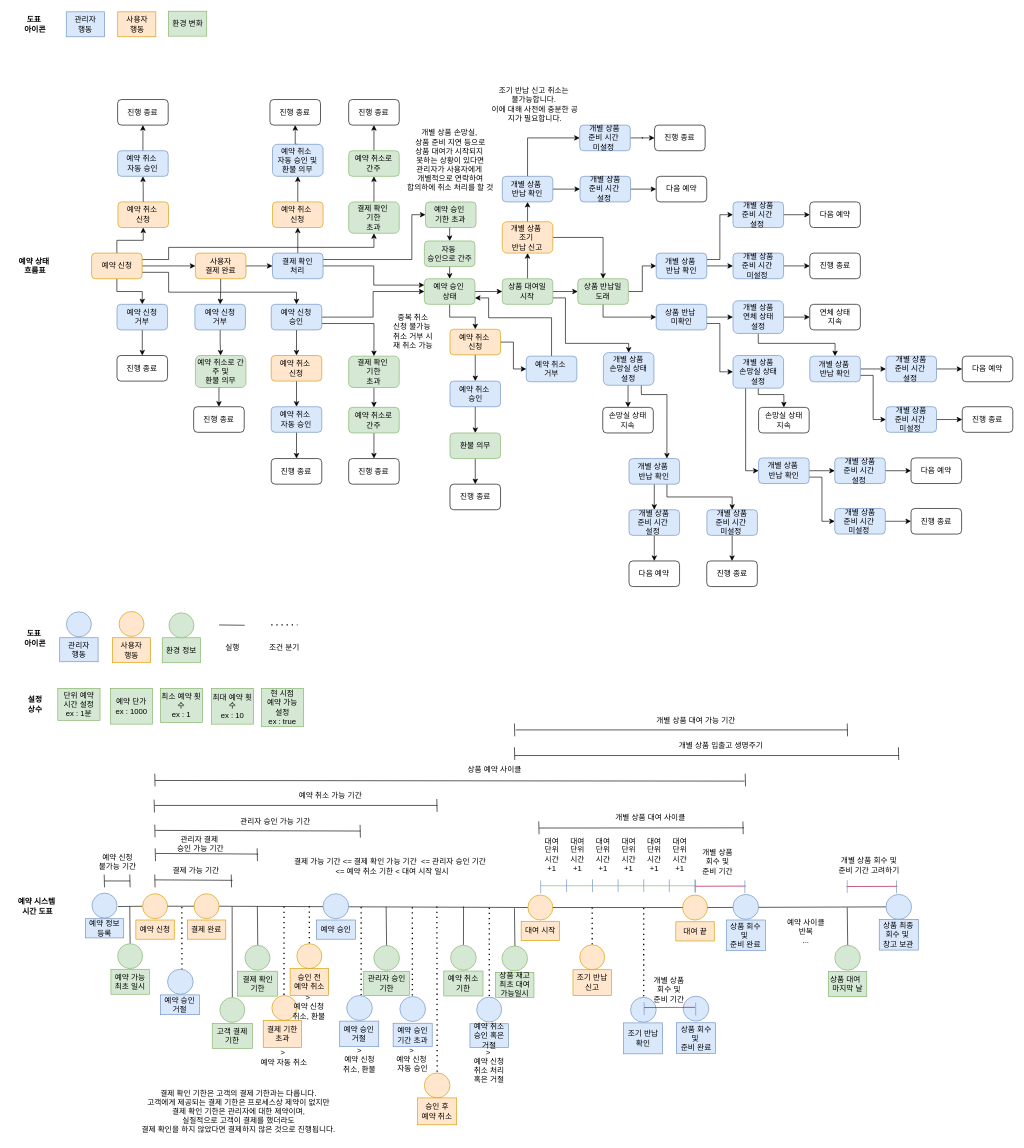
The draw.io diagram module-service-rental-reservation/external_files/logic/Reservation.drawio in RaillyLinker/Kotlin_SpringbootMvc_Template, before the edit. Source tidied: cells renumbered, new cells numbered last; positions are measured from the earlier drawing's top-left corner, leaving out a move shared by most shapes. Both pictures are drawn from the tidied source at 64%, with x=0, y=0 at pixel (11, 11).
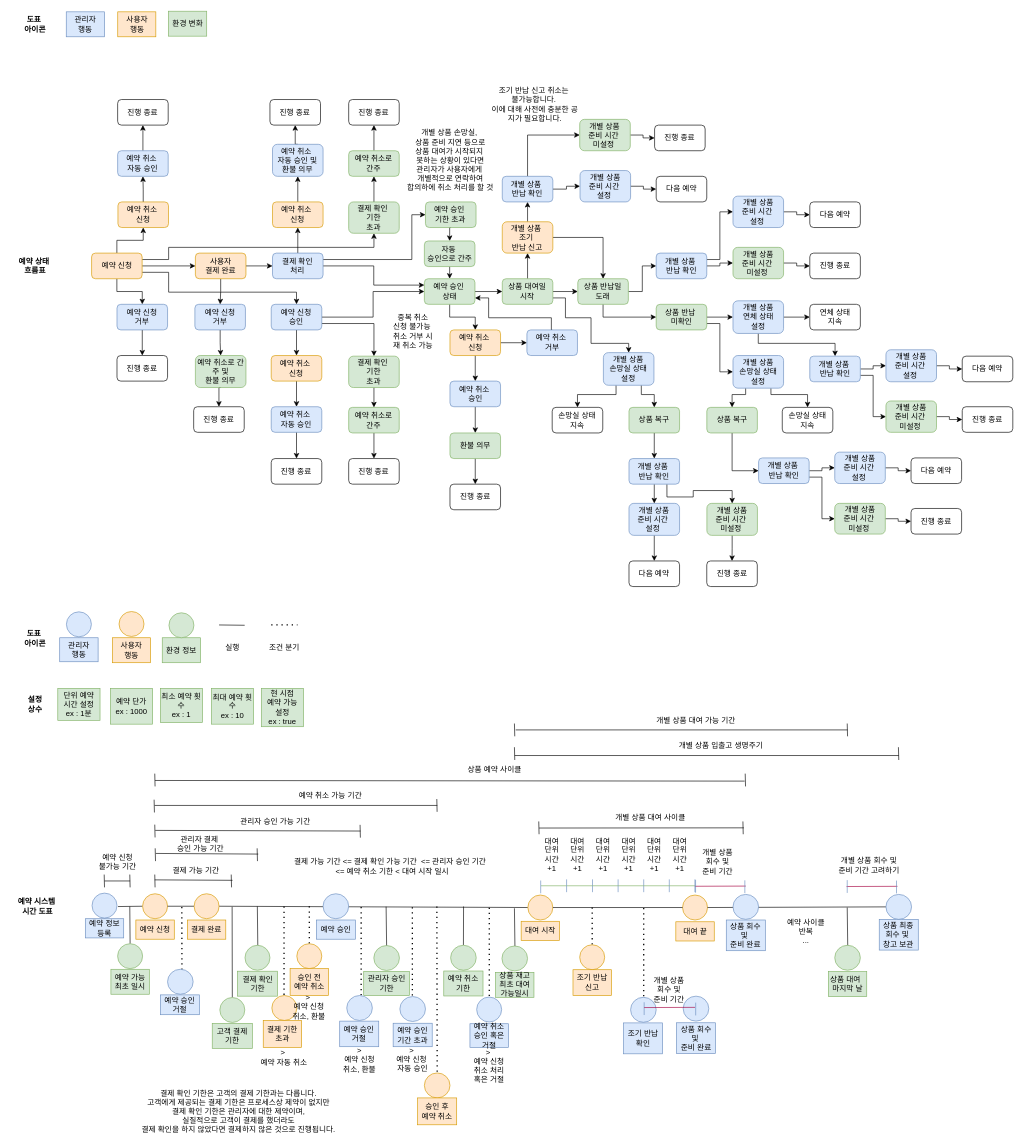
The same diagram, later.

Unchanged cells that the change refers to:
```xml
<mxCell id="166" value="상품 대여일&lt;div&gt;시작&lt;/div&gt;" style="rounded=1;whiteSpace=wrap;html=1;fillColor=#d5e8d4;strokeColor=#82b366;" parent="1" vertex="1">
  <mxGeometry x="767.3" y="418" width="79" height="40" as="geometry" />
</mxCell>
<mxCell id="283" value="개별 상품&lt;div&gt;손망실 상태&lt;/div&gt;&lt;div&gt;설정&lt;/div&gt;" style="rounded=1;whiteSpace=wrap;html=1;fillColor=#dae8fc;strokeColor=#6c8ebf;" parent="1" vertex="1">
  <mxGeometry x="925.3" y="533.5" width="79" height="51" as="geometry" />
</mxCell>
<mxCell id="297" value="개별 상품&amp;nbsp;&lt;div&gt;반납&amp;nbsp;&lt;span style=&quot;background-color: transparent; color: light-dark(rgb(0, 0, 0), rgb(255, 255, 255));&quot;&gt;확인&lt;/span&gt;&lt;/div&gt;" style="rounded=1;whiteSpace=wrap;html=1;fillColor=#dae8fc;strokeColor=#6c8ebf;" parent="1" vertex="1">
  <mxGeometry x="965.3" y="699" width="79" height="40" as="geometry" />
</mxCell>
<mxCell id="300" value="개별 상품&lt;div&gt;손망실 상태&lt;/div&gt;&lt;div&gt;설정&lt;/div&gt;" style="rounded=1;whiteSpace=wrap;html=1;fillColor=#dae8fc;strokeColor=#6c8ebf;" parent="1" vertex="1">
  <mxGeometry x="1127.8" y="538" width="79" height="51" as="geometry" />
</mxCell>
<mxCell id="304" value="개별 상품&amp;nbsp;&lt;div&gt;반납&amp;nbsp;&lt;span style=&quot;background-color: transparent; color: light-dark(rgb(0, 0, 0), rgb(255, 255, 255));&quot;&gt;확인&lt;/span&gt;&lt;/div&gt;" style="rounded=1;whiteSpace=wrap;html=1;fillColor=#dae8fc;strokeColor=#6c8ebf;" parent="1" vertex="1">
  <mxGeometry x="1167.8" y="698" width="79" height="40" as="geometry" />
</mxCell>
```

The edit, as a diff of the source:
```diff
@@
     <mxCell id="162" value="예약 취소&amp;nbsp;&lt;div&gt;거부&lt;/div&gt;" style="rounded=1;whiteSpace=wrap;html=1;fillColor=#dae8fc;strokeColor=#6c8ebf;" parent="1" vertex="1">
-      <mxGeometry x="804.8" y="539" width="79" height="40" as="geometry" />
+      <mxGeometry x="805.8" y="498" width="79" height="40" as="geometry" />
     </mxCell>
@@
     <mxCell id="165" style="edgeStyle=orthogonalEdgeStyle;rounded=0;jettySize=auto;html=1;exitX=1;exitY=0.75;exitDx=0;exitDy=0;entryX=0.5;entryY=0;entryDx=0;entryDy=0;" parent="1" edge="1" source="166" target="283">
       <mxGeometry relative="1" as="geometry">
         <Array as="points">
           <mxPoint x="866" y="448" />
-          <mxPoint x="866" y="519" />
+          <mxPoint x="866" y="479" />
+          <mxPoint x="906" y="479" />
+          <mxPoint x="906" y="519" />
           <mxPoint x="965" y="519" />
         </Array>
       </mxGeometry>
     </mxCell>
@@
     <mxCell id="198" value="&lt;div&gt;&lt;span style=&quot;background-color: initial;&quot;&gt;예약 취소&amp;nbsp;&lt;/span&gt;&lt;/div&gt;&lt;div&gt;신청&lt;/div&gt;" style="rounded=1;whiteSpace=wrap;html=1;fillColor=#ffe6cc;strokeColor=#d79b00;" parent="1" vertex="1">
-      <mxGeometry x="685.6" y="497" width="79" height="40" as="geometry" />
+      <mxGeometry x="685.6" y="498" width="79" height="40" as="geometry" />
     </mxCell>
@@
     <mxCell id="254" value="개별 상품&lt;div&gt;준비 시간&amp;nbsp;&lt;/div&gt;&lt;div&gt;설정&amp;nbsp;&lt;/div&gt;" style="rounded=1;whiteSpace=wrap;html=1;fillColor=#dae8fc;strokeColor=#6c8ebf;" parent="1" vertex="1">
-      <mxGeometry x="888.8" y="258" width="79" height="40" as="geometry" />
+      <mxGeometry x="888.8" y="249" width="79" height="49" as="geometry" />
     </mxCell>
@@
-    <mxCell id="258" value="상품 &lt;span style=&quot;background-color: transparent; color: light-dark(rgb(0, 0, 0), rgb(255, 255, 255));&quot;&gt;반납&amp;nbsp;&lt;/span&gt;&lt;div&gt;&lt;span style=&quot;background-color: transparent; color: light-dark(rgb(0, 0, 0), rgb(255, 255, 255));&quot;&gt;미확인&lt;/span&gt;&lt;/div&gt;" style="rounded=1;whiteSpace=wrap;html=1;fillColor=light-dark(#dae8fc, #1f2f1e);strokeColor=light-dark(#6c8ebf, #375927);" parent="1" vertex="1">
+    <mxCell id="258" value="상품 &lt;span style=&quot;background-color: transparent; color: light-dark(rgb(0, 0, 0), rgb(255, 255, 255));&quot;&gt;반납&amp;nbsp;&lt;/span&gt;&lt;div&gt;&lt;span style=&quot;background-color: transparent; color: light-dark(rgb(0, 0, 0), rgb(255, 255, 255));&quot;&gt;미확인&lt;/span&gt;&lt;/div&gt;" style="rounded=1;whiteSpace=wrap;html=1;fillColor=#d5e8d4;strokeColor=#82b366;" parent="1" vertex="1">
       <mxGeometry x="1007.8" y="458" width="79" height="40" as="geometry" />
     </mxCell>
@@
     <mxCell id="260" value="개별 상품&lt;div&gt;준비 시간&amp;nbsp;&lt;/div&gt;&lt;div&gt;설정&amp;nbsp;&lt;/div&gt;" style="rounded=1;whiteSpace=wrap;html=1;fillColor=#dae8fc;strokeColor=#6c8ebf;" parent="1" vertex="1">
-      <mxGeometry x="1127.8" y="298" width="79" height="40" as="geometry" />
+      <mxGeometry x="1127.8" y="289" width="79" height="49" as="geometry" />
     </mxCell>
@@
     <mxCell id="269" value="개별 상품&lt;div&gt;준비 시간&amp;nbsp;&lt;/div&gt;&lt;div&gt;설정&amp;nbsp;&lt;/div&gt;" style="rounded=1;whiteSpace=wrap;html=1;fillColor=#dae8fc;strokeColor=#6c8ebf;" parent="1" vertex="1">
-      <mxGeometry x="1366.8" y="539" width="79" height="40" as="geometry" />
+      <mxGeometry x="1366.8" y="529" width="79" height="50" as="geometry" />
     </mxCell>
@@
-    <mxCell id="273" value="개별 상품&lt;div&gt;준비 시간&amp;nbsp;&lt;/div&gt;&lt;div&gt;미설정&amp;nbsp;&lt;/div&gt;" style="rounded=1;whiteSpace=wrap;html=1;fillColor=#dae8fc;strokeColor=#6c8ebf;" parent="1" vertex="1">
-      <mxGeometry x="888.3" y="178" width="79" height="40" as="geometry" />
+    <mxCell id="273" value="개별 상품&lt;div&gt;준비 시간&amp;nbsp;&lt;/div&gt;&lt;div&gt;미설정&amp;nbsp;&lt;/div&gt;" style="rounded=1;whiteSpace=wrap;html=1;fillColor=#d5e8d4;strokeColor=#82b366;" parent="1" vertex="1">
+      <mxGeometry x="888.3" y="169" width="79" height="49" as="geometry" />
     </mxCell>
@@
-    <mxCell id="276" value="개별 상품&lt;div&gt;준비 시간&amp;nbsp;&lt;/div&gt;&lt;div&gt;미설정&amp;nbsp;&lt;/div&gt;" style="rounded=1;whiteSpace=wrap;html=1;fillColor=#dae8fc;strokeColor=#6c8ebf;" parent="1" vertex="1">
-      <mxGeometry x="1127.8" y="378" width="79" height="40" as="geometry" />
+    <mxCell id="276" value="개별 상품&lt;div&gt;준비 시간&amp;nbsp;&lt;/div&gt;&lt;div&gt;미설정&amp;nbsp;&lt;/div&gt;" style="rounded=1;whiteSpace=wrap;html=1;fillColor=#d5e8d4;strokeColor=#82b366;" parent="1" vertex="1">
+      <mxGeometry x="1127.8" y="369" width="79" height="49" as="geometry" />
     </mxCell>
@@
-    <mxCell id="279" value="개별 상품&lt;div&gt;준비 시간&amp;nbsp;&lt;/div&gt;&lt;div&gt;미설정&amp;nbsp;&lt;/div&gt;" style="rounded=1;whiteSpace=wrap;html=1;fillColor=#dae8fc;strokeColor=#6c8ebf;" parent="1" vertex="1">
-      <mxGeometry x="1366.8" y="618" width="79" height="40" as="geometry" />
+    <mxCell id="279" value="개별 상품&lt;div&gt;준비 시간&amp;nbsp;&lt;/div&gt;&lt;div&gt;미설정&amp;nbsp;&lt;/div&gt;" style="rounded=1;whiteSpace=wrap;html=1;fillColor=#d5e8d4;strokeColor=#82b366;" parent="1" vertex="1">
+      <mxGeometry x="1366.8" y="609" width="79" height="49" as="geometry" />
     </mxCell>
@@
-    <mxCell id="281" style="edgeStyle=orthogonalEdgeStyle;rounded=0;jettySize=auto;html=1;exitX=0.5;exitY=1;exitDx=0;exitDy=0;entryX=0.5;entryY=0;entryDx=0;entryDy=0;" parent="1" edge="1" source="283" target="285">
-      <mxGeometry relative="1" as="geometry" />
+    <mxCell id="281" style="edgeStyle=orthogonalEdgeStyle;rounded=0;jettySize=auto;html=1;exitX=0.25;exitY=1;exitDx=0;exitDy=0;entryX=0.5;entryY=0;entryDx=0;entryDy=0;" parent="1" edge="1" source="283" target="285">
+      <mxGeometry relative="1" as="geometry">
+        <Array as="points">
+          <mxPoint x="945" y="599" />
+          <mxPoint x="885" y="599" />
+        </Array>
+      </mxGeometry>
     </mxCell>
-    <mxCell id="282" style="edgeStyle=orthogonalEdgeStyle;rounded=0;jettySize=auto;html=1;exitX=0.75;exitY=1;exitDx=0;exitDy=0;entryX=0.75;entryY=0;entryDx=0;entryDy=0;" parent="1" edge="1" source="283" target="297">
-      <mxGeometry relative="1" as="geometry">
-        <Array as="points">
-          <mxPoint x="985" y="599" />
-          <mxPoint x="1025" y="599" />
-        </Array>
-      </mxGeometry>
-    </mxCell>
+    <mxCell id="311" style="edgeStyle=orthogonalEdgeStyle;rounded=0;jettySize=auto;html=1;exitX=0.75;exitY=1;exitDx=0;exitDy=0;entryX=0.5;entryY=0;entryDx=0;entryDy=0;" parent="1" edge="1" source="283" target="314">
+      <mxGeometry relative="1" as="geometry">
+        <Array as="points">
+          <mxPoint x="985" y="599" />
+          <mxPoint x="1005" y="599" />
+        </Array>
+      </mxGeometry>
+    </mxCell>
@@
     <mxCell id="285" value="손망실 상태&lt;div&gt;지속&lt;/div&gt;" style="rounded=1;whiteSpace=wrap;html=1;" parent="1" vertex="1">
-      <mxGeometry x="924.3" y="619" width="79" height="40" as="geometry" />
+      <mxGeometry x="845.3" y="619" width="79" height="40" as="geometry" />
     </mxCell>
@@
     <mxCell id="287" value="개별 상품&lt;div&gt;준비 시간&amp;nbsp;&lt;/div&gt;&lt;div&gt;설정&amp;nbsp;&lt;/div&gt;" style="rounded=1;whiteSpace=wrap;html=1;fillColor=#dae8fc;strokeColor=#6c8ebf;" parent="1" vertex="1">
-      <mxGeometry x="965.3" y="779" width="79" height="40" as="geometry" />
+      <mxGeometry x="965.3" y="769" width="79" height="50" as="geometry" />
     </mxCell>
@@
-    <mxCell id="289" value="개별 상품&lt;div&gt;준비 시간&amp;nbsp;&lt;/div&gt;&lt;div&gt;미설정&amp;nbsp;&lt;/div&gt;" style="rounded=1;whiteSpace=wrap;html=1;fillColor=#dae8fc;strokeColor=#6c8ebf;" parent="1" vertex="1">
-      <mxGeometry x="1087" y="779" width="79" height="40" as="geometry" />
+    <mxCell id="289" value="개별 상품&lt;div&gt;준비 시간&amp;nbsp;&lt;/div&gt;&lt;div&gt;미설정&amp;nbsp;&lt;/div&gt;" style="rounded=1;whiteSpace=wrap;html=1;fillColor=#d5e8d4;strokeColor=#82b366;" parent="1" vertex="1">
+      <mxGeometry x="1087" y="769" width="79" height="50" as="geometry" />
     </mxCell>
@@
+    <mxCell id="312" style="edgeStyle=orthogonalEdgeStyle;rounded=0;jettySize=auto;html=1;exitX=0.25;exitY=1;exitDx=0;exitDy=0;entryX=0.5;entryY=0;entryDx=0;entryDy=0;" parent="1" edge="1" source="300" target="316">
+      <mxGeometry relative="1" as="geometry">
+        <Array as="points">
+          <mxPoint x="1148" y="599" />
+          <mxPoint x="1127" y="599" />
+        </Array>
+      </mxGeometry>
+    </mxCell>
-    <mxCell id="298" style="edgeStyle=orthogonalEdgeStyle;rounded=0;jettySize=auto;html=1;exitX=0.5;exitY=1;exitDx=0;exitDy=0;entryX=0.5;entryY=0;entryDx=0;entryDy=0;" parent="1" edge="1" source="300" target="301">
+    <mxCell id="298" style="edgeStyle=orthogonalEdgeStyle;rounded=0;jettySize=auto;html=1;exitX=0.75;exitY=1;exitDx=0;exitDy=0;entryX=0.5;entryY=0;entryDx=0;entryDy=0;" parent="1" edge="1" source="300" target="301">
       <mxGeometry relative="1" as="geometry">
         <Array as="points">
-          <mxPoint x="1167" y="599" />
-          <mxPoint x="1207" y="599" />
+          <mxPoint x="1187" y="599" />
+          <mxPoint x="1244" y="599" />
         </Array>
       </mxGeometry>
     </mxCell>
-    <mxCell id="299" style="edgeStyle=orthogonalEdgeStyle;rounded=0;jettySize=auto;html=1;exitX=0.25;exitY=1;exitDx=0;exitDy=0;entryX=0;entryY=0.5;entryDx=0;entryDy=0;" parent="1" edge="1" source="300" target="304">
-      <mxGeometry relative="1" as="geometry" />
-    </mxCell>
@@
     <mxCell id="301" value="손망실 상태&lt;div&gt;지속&lt;/div&gt;" style="rounded=1;whiteSpace=wrap;html=1;" parent="1" vertex="1">
-      <mxGeometry x="1167.8" y="619" width="79" height="40" as="geometry" />
+      <mxGeometry x="1204.8" y="619" width="79" height="40" as="geometry" />
     </mxCell>
@@
     <mxCell id="306" value="개별 상품&lt;div&gt;준비 시간&amp;nbsp;&lt;/div&gt;&lt;div&gt;설정&amp;nbsp;&lt;/div&gt;" style="rounded=1;whiteSpace=wrap;html=1;fillColor=#dae8fc;strokeColor=#6c8ebf;" parent="1" vertex="1">
-      <mxGeometry x="1286.8" y="698" width="79" height="40" as="geometry" />
+      <mxGeometry x="1286.8" y="689" width="79" height="49" as="geometry" />
     </mxCell>
@@
-    <mxCell id="309" value="개별 상품&lt;div&gt;준비 시간&amp;nbsp;&lt;/div&gt;&lt;div&gt;미설정&amp;nbsp;&lt;/div&gt;" style="rounded=1;whiteSpace=wrap;html=1;fillColor=#dae8fc;strokeColor=#6c8ebf;" parent="1" vertex="1">
-      <mxGeometry x="1286.8" y="777" width="79" height="40" as="geometry" />
+    <mxCell id="309" value="개별 상품&lt;div&gt;준비 시간&amp;nbsp;&lt;/div&gt;&lt;div&gt;미설정&amp;nbsp;&lt;/div&gt;" style="rounded=1;whiteSpace=wrap;html=1;fillColor=#d5e8d4;strokeColor=#82b366;" parent="1" vertex="1">
+      <mxGeometry x="1286.8" y="769" width="79" height="48" as="geometry" />
     </mxCell>
@@
+    <mxCell id="313" style="edgeStyle=orthogonalEdgeStyle;rounded=0;jettySize=auto;html=1;exitX=0.5;exitY=1;exitDx=0;exitDy=0;entryX=0.5;entryY=0;entryDx=0;entryDy=0;" parent="1" edge="1" source="314" target="297">
+      <mxGeometry relative="1" as="geometry" />
+    </mxCell>
+    <mxCell id="314" value="상품 복구" style="rounded=1;whiteSpace=wrap;html=1;fillColor=#d5e8d4;strokeColor=#82b366;" parent="1" vertex="1">
+      <mxGeometry x="965.3" y="619" width="79" height="40" as="geometry" />
+    </mxCell>
+    <mxCell id="315" style="edgeStyle=orthogonalEdgeStyle;rounded=0;jettySize=auto;html=1;exitX=0.5;exitY=1;exitDx=0;exitDy=0;entryX=0;entryY=0.5;entryDx=0;entryDy=0;" parent="1" edge="1" source="316" target="304">
+      <mxGeometry relative="1" as="geometry" />
+    </mxCell>
+    <mxCell id="316" value="상품 복구" style="rounded=1;whiteSpace=wrap;html=1;fillColor=#d5e8d4;strokeColor=#82b366;" parent="1" vertex="1">
+      <mxGeometry x="1086.9" y="619" width="79" height="40" as="geometry" />
+    </mxCell>
```
